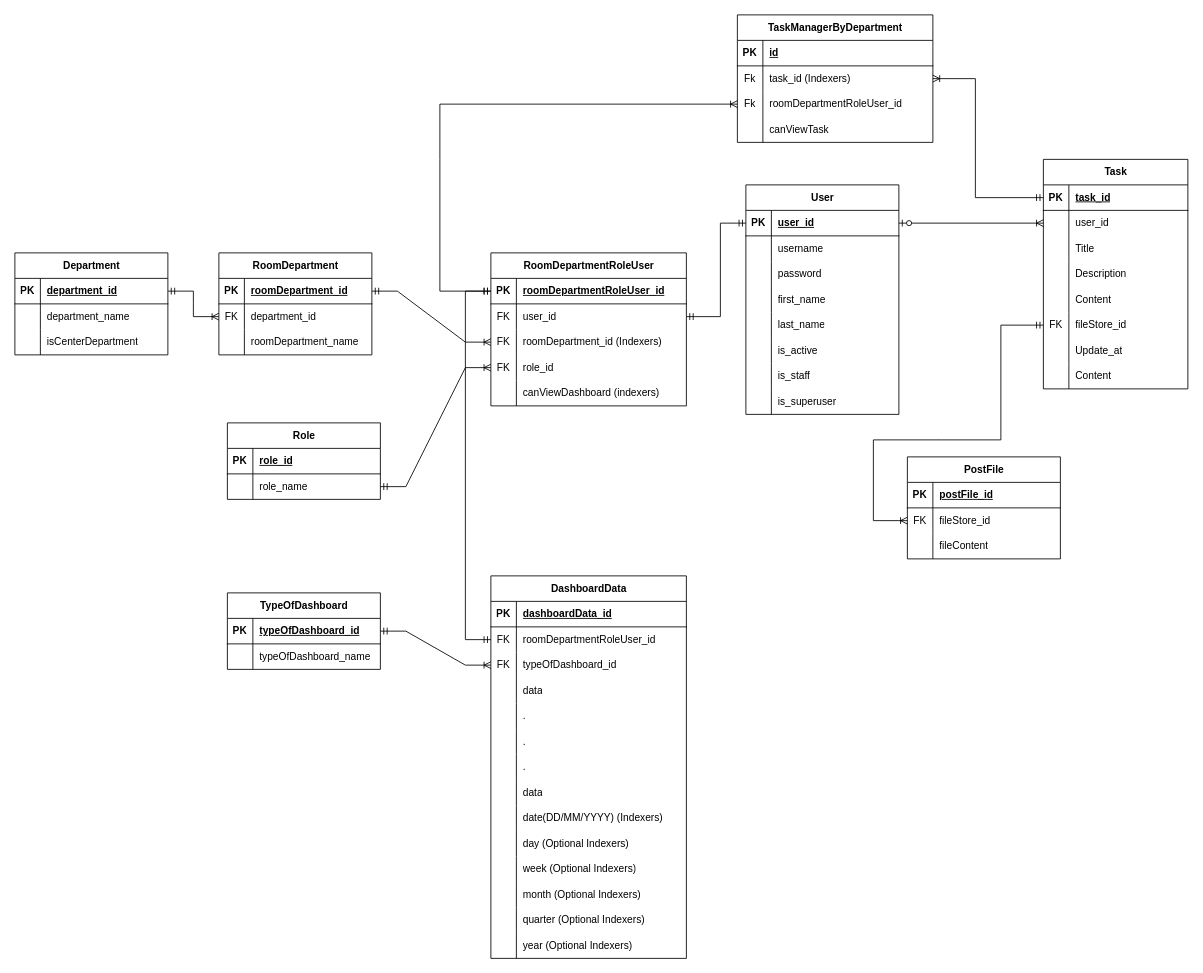
Above: thiet_ke_db.drawio in toanhvt98/web_backend (draw.io), before the change. Source tidied: cells renumbered, new cells numbered last; positions are measured from the earlier drawing's top-left corner, leaving out a move shared by most shapes. Both pictures are drawn from the tidied source at 85%, with x=0, y=0 at pixel (14, 14).
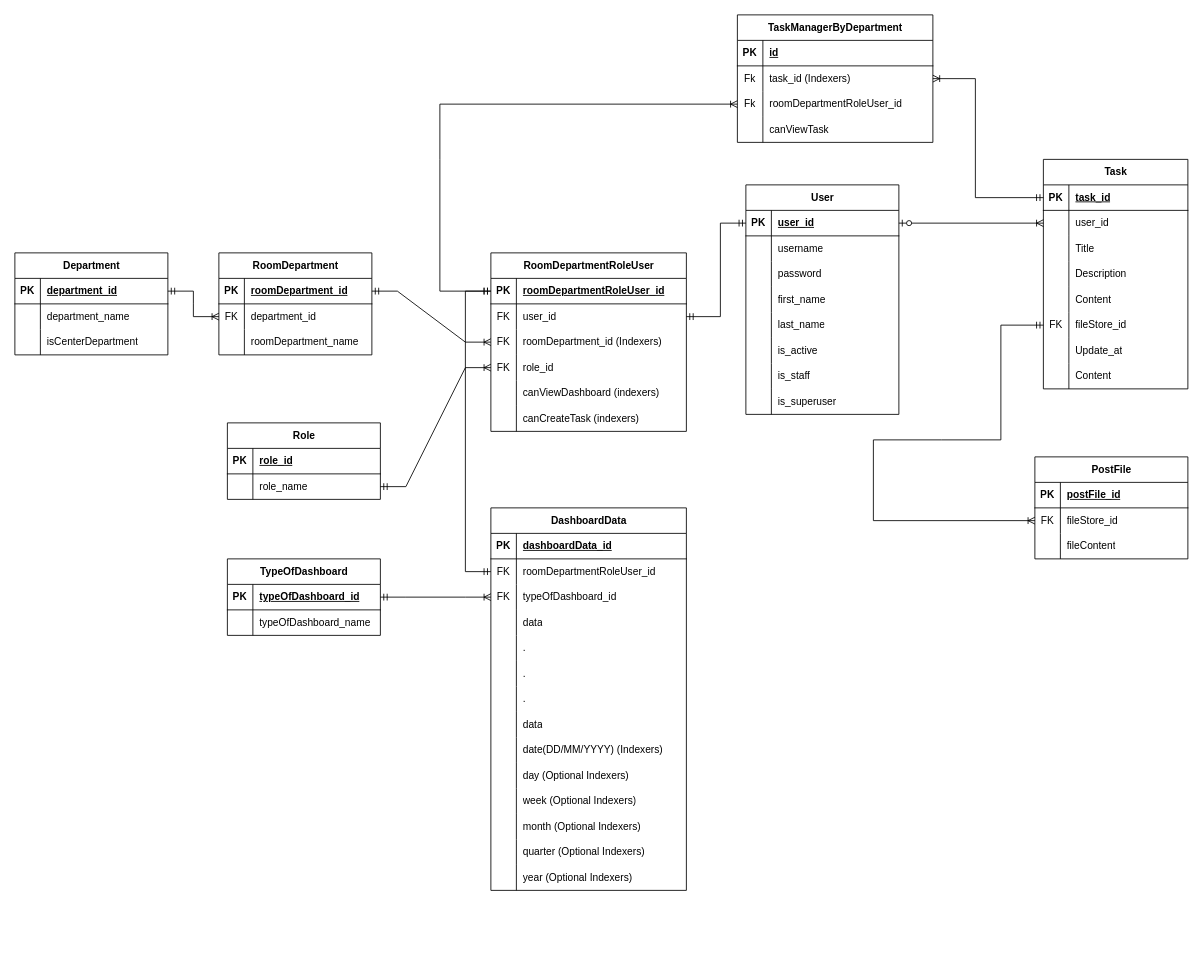
The same page after the edit.

Unchanged cells that the change refers to:
```xml
<mxCell id="45" style="shape=tableRow;horizontal=0;startSize=0;swimlaneHead=0;swimlaneBody=0;fillColor=none;points=[[0,0.5],[1,0.5]];portConstraint=eastwest;top=0;left=0;right=0;bottom=1;" parent="44" vertex="1">
  <mxGeometry y="30" width="230" height="30" as="geometry" />
</mxCell>
<mxCell id="137" style="shape=tableRow;horizontal=0;startSize=0;swimlaneHead=0;swimlaneBody=0;fillColor=none;points=[[0,0.5],[1,0.5]];portConstraint=eastwest;top=0;left=0;right=0;bottom=0;" parent="133" vertex="1">
  <mxGeometry y="60" width="230" height="30" as="geometry" />
</mxCell>
```

Change to the diagram source:
```diff
@@
     <mxCell id="44" value="RoomDepartmentRoleUser" style="shape=table;startSize=30;childLayout=tableLayout;rowLines=0;fontStyle=1;align=center;html=1;" parent="1" vertex="1">
-      <mxGeometry x="560" y="280" width="230" height="180" as="geometry" />
+      <mxGeometry x="560" y="280" width="230" height="210" as="geometry" />
     </mxCell>
@@
+    <mxCell id="178" style="shape=tableRow;horizontal=0;startSize=0;swimlaneHead=0;swimlaneBody=0;fillColor=none;top=0;left=0;right=0;bottom=0;" parent="44" vertex="1">
+      <mxGeometry y="180" width="230" height="30" as="geometry" />
+    </mxCell>
+    <mxCell id="179" style="shape=partialRectangle;fillColor=none;top=0;left=0;bottom=0;right=0;overflow=hidden;whiteSpace=wrap;html=1;" parent="178" vertex="1">
+      <mxGeometry width="30" height="30" as="geometry" />
+    </mxCell>
+    <mxCell id="180" value="canCreateTask (indexers)" style="shape=partialRectangle;fillColor=none;top=0;left=0;bottom=0;right=0;align=left;spacingLeft=6;overflow=hidden;whiteSpace=wrap;html=1;" parent="178" vertex="1">
+      <mxGeometry x="30" width="200" height="30" as="geometry" />
+    </mxCell>
@@
     <mxCell id="103" value="PostFile" style="shape=table;startSize=30;childLayout=tableLayout;rowLines=0;fontStyle=1;align=center;html=1;" parent="1" vertex="1">
-      <mxGeometry x="1050" y="520" width="180" height="120" as="geometry" />
+      <mxGeometry x="1200" y="520" width="180" height="120" as="geometry" />
     </mxCell>
@@
     <mxCell id="126" value="TypeOfDashboard" style="shape=table;startSize=30;childLayout=tableLayout;rowLines=0;fontStyle=1;align=center;html=1;" parent="1" vertex="1">
-      <mxGeometry x="250" y="680" width="180" height="90" as="geometry" />
+      <mxGeometry x="250" y="640" width="180" height="90" as="geometry" />
     </mxCell>
@@
     <mxCell id="133" value="DashboardData" style="shape=table;startSize=30;childLayout=tableLayout;rowLines=0;fontStyle=1;align=center;html=1;" parent="1" vertex="1">
-      <mxGeometry x="560" y="660" width="230" height="450" as="geometry" />
+      <mxGeometry x="560" y="580" width="230" height="450" as="geometry" />
     </mxCell>
@@
     <mxCell id="177" style="fontSize=12;html=1;endArrow=ERmandOne;startArrow=ERmandOne;rounded=0;entryX=0;entryY=0.5;entryDx=0;entryDy=0;exitX=0;exitY=0.5;exitDx=0;exitDy=0;" parent="1" edge="1" source="137" target="45">
       <mxGeometry relative="1" as="geometry">
         <Array as="points">
-          <mxPoint x="530" y="735" />
+          <mxPoint x="530" y="655" />
           <mxPoint x="530" y="325" />
         </Array>
       </mxGeometry>
     </mxCell>
```
